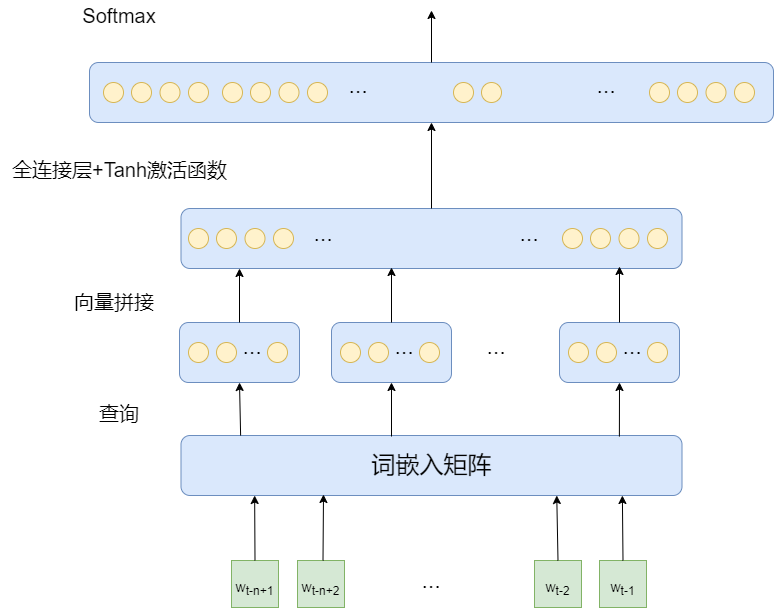
Earlier version of the draw.io export nnlm.png (AdamFocus/draw). Source tidied: cells renumbered, new cells last; positions are measured from the earlier drawing's top-left corner, leaving out a move shared by most shapes. The source it was exported from:
```xml
<mxGraphModel>
  <root>
    <mxCell id="0" />
    <mxCell id="1" parent="0" />
    <mxCell id="2" style="rounded=1;whiteSpace=wrap;html=1;fillColor=#dae8fc;strokeColor=#6c8ebf;" parent="1" vertex="1">
      <mxGeometry x="89" y="62" width="684" height="60" as="geometry" />
    </mxCell>
    <mxCell id="3" style="rounded=1;whiteSpace=wrap;html=1;fillColor=#dae8fc;strokeColor=#6c8ebf;" parent="1" vertex="1">
      <mxGeometry x="180.5" y="208" width="501" height="60" as="geometry" />
    </mxCell>
    <mxCell id="4" style="rounded=1;whiteSpace=wrap;html=1;fillColor=#dae8fc;strokeColor=#6c8ebf;" parent="1" vertex="1">
      <mxGeometry x="179" y="322" width="120" height="60" as="geometry" />
    </mxCell>
    <mxCell id="5" value="&lt;font style=&quot;font-size: 23px&quot;&gt;...&lt;/font&gt;" style="text;html=1;strokeColor=none;fillColor=none;align=center;verticalAlign=middle;whiteSpace=wrap;rounded=0;" parent="1" vertex="1">
      <mxGeometry x="466" y="331" width="60" height="30" as="geometry" />
    </mxCell>
    <mxCell id="6" style="ellipse;whiteSpace=wrap;html=1;fontSize=23;fillColor=#fff2cc;strokeColor=#d6b656;" parent="1" vertex="1">
      <mxGeometry x="188" y="342" width="20" height="20" as="geometry" />
    </mxCell>
    <mxCell id="7" style="ellipse;whiteSpace=wrap;html=1;fontSize=23;fillColor=#fff2cc;strokeColor=#d6b656;" parent="1" vertex="1">
      <mxGeometry x="216" y="342" width="20" height="20" as="geometry" />
    </mxCell>
    <mxCell id="8" style="ellipse;whiteSpace=wrap;html=1;fontSize=23;fillColor=#fff2cc;strokeColor=#d6b656;" parent="1" vertex="1">
      <mxGeometry x="267" y="342" width="20" height="20" as="geometry" />
    </mxCell>
    <mxCell id="9" value="&lt;font style=&quot;font-size: 23px&quot;&gt;...&lt;/font&gt;" style="text;html=1;strokeColor=none;fillColor=none;align=center;verticalAlign=middle;whiteSpace=wrap;rounded=0;" parent="1" vertex="1">
      <mxGeometry x="222" y="331" width="60" height="30" as="geometry" />
    </mxCell>
    <mxCell id="10" style="rounded=1;whiteSpace=wrap;html=1;fillColor=#dae8fc;strokeColor=#6c8ebf;" parent="1" vertex="1">
      <mxGeometry x="331" y="322" width="120" height="60" as="geometry" />
    </mxCell>
    <mxCell id="11" style="ellipse;whiteSpace=wrap;html=1;fontSize=23;fillColor=#fff2cc;strokeColor=#d6b656;" parent="1" vertex="1">
      <mxGeometry x="340" y="342" width="20" height="20" as="geometry" />
    </mxCell>
    <mxCell id="12" style="ellipse;whiteSpace=wrap;html=1;fontSize=23;fillColor=#fff2cc;strokeColor=#d6b656;" parent="1" vertex="1">
      <mxGeometry x="368" y="342" width="20" height="20" as="geometry" />
    </mxCell>
    <mxCell id="13" style="ellipse;whiteSpace=wrap;html=1;fontSize=23;fillColor=#fff2cc;strokeColor=#d6b656;" parent="1" vertex="1">
      <mxGeometry x="419" y="342" width="20" height="20" as="geometry" />
    </mxCell>
    <mxCell id="14" value="&lt;font style=&quot;font-size: 23px&quot;&gt;...&lt;/font&gt;" style="text;html=1;strokeColor=none;fillColor=none;align=center;verticalAlign=middle;whiteSpace=wrap;rounded=0;" parent="1" vertex="1">
      <mxGeometry x="374" y="331" width="60" height="30" as="geometry" />
    </mxCell>
    <mxCell id="15" style="rounded=1;whiteSpace=wrap;html=1;fillColor=#dae8fc;strokeColor=#6c8ebf;" parent="1" vertex="1">
      <mxGeometry x="559" y="322" width="120" height="60" as="geometry" />
    </mxCell>
    <mxCell id="16" style="ellipse;whiteSpace=wrap;html=1;fontSize=23;fillColor=#fff2cc;strokeColor=#d6b656;" parent="1" vertex="1">
      <mxGeometry x="568" y="342" width="20" height="20" as="geometry" />
    </mxCell>
    <mxCell id="17" style="ellipse;whiteSpace=wrap;html=1;fontSize=23;fillColor=#fff2cc;strokeColor=#d6b656;" parent="1" vertex="1">
      <mxGeometry x="596" y="342" width="20" height="20" as="geometry" />
    </mxCell>
    <mxCell id="18" style="ellipse;whiteSpace=wrap;html=1;fontSize=23;fillColor=#fff2cc;strokeColor=#d6b656;" parent="1" vertex="1">
      <mxGeometry x="647" y="342" width="20" height="20" as="geometry" />
    </mxCell>
    <mxCell id="19" value="&lt;font style=&quot;font-size: 23px&quot;&gt;...&lt;/font&gt;" style="text;html=1;strokeColor=none;fillColor=none;align=center;verticalAlign=middle;whiteSpace=wrap;rounded=0;" parent="1" vertex="1">
      <mxGeometry x="602" y="331" width="60" height="30" as="geometry" />
    </mxCell>
    <mxCell id="20" value="&lt;font style=&quot;font-size: 24px&quot;&gt;词嵌入矩阵&lt;/font&gt;" style="rounded=1;whiteSpace=wrap;html=1;fillColor=#dae8fc;strokeColor=#6c8ebf;" parent="1" vertex="1">
      <mxGeometry x="180.5" y="435" width="501" height="60" as="geometry" />
    </mxCell>
    <mxCell id="21" value="&lt;font style=&quot;font-size: 14px&quot;&gt;w&lt;sub&gt;t-n+1&lt;/sub&gt;&lt;/font&gt;" style="rounded=0;whiteSpace=wrap;html=1;fontSize=23;fillColor=#d5e8d4;strokeColor=#82b366;" parent="1" vertex="1">
      <mxGeometry x="231" y="560" width="47" height="47" as="geometry" />
    </mxCell>
    <mxCell id="22" value="&lt;font style=&quot;font-size: 14px&quot;&gt;w&lt;sub&gt;t-n+2&lt;/sub&gt;&lt;/font&gt;" style="rounded=0;whiteSpace=wrap;html=1;fontSize=23;fillColor=#d5e8d4;strokeColor=#82b366;" parent="1" vertex="1">
      <mxGeometry x="297" y="560" width="47" height="47" as="geometry" />
    </mxCell>
    <mxCell id="23" value="&lt;font style=&quot;font-size: 14px&quot;&gt;w&lt;sub&gt;t-1&lt;/sub&gt;&lt;/font&gt;" style="rounded=0;whiteSpace=wrap;html=1;fontSize=23;fillColor=#d5e8d4;strokeColor=#82b366;" parent="1" vertex="1">
      <mxGeometry x="599" y="560" width="47" height="47" as="geometry" />
    </mxCell>
    <mxCell id="24" value="&lt;font style=&quot;font-size: 14px&quot;&gt;w&lt;sub&gt;t-2&lt;/sub&gt;&lt;/font&gt;" style="rounded=0;whiteSpace=wrap;html=1;fontSize=23;fillColor=#d5e8d4;strokeColor=#82b366;" parent="1" vertex="1">
      <mxGeometry x="534" y="560" width="47" height="47" as="geometry" />
    </mxCell>
    <mxCell id="25" value="&lt;font style=&quot;font-size: 23px&quot;&gt;...&lt;/font&gt;" style="text;html=1;strokeColor=none;fillColor=none;align=center;verticalAlign=middle;whiteSpace=wrap;rounded=0;" parent="1" vertex="1">
      <mxGeometry x="401" y="564.5" width="60" height="30" as="geometry" />
    </mxCell>
    <mxCell id="26" style="edgeStyle=orthogonalEdgeStyle;rounded=0;orthogonalLoop=1;jettySize=auto;html=1;exitX=0.5;exitY=1;exitDx=0;exitDy=0;fontSize=14;" parent="1" edge="1" source="25" target="25">
      <mxGeometry relative="1" as="geometry" />
    </mxCell>
    <mxCell id="27" style="endArrow=classic;html=1;rounded=0;fontSize=24;exitX=0.5;exitY=0;exitDx=0;exitDy=0;entryX=0.147;entryY=1;entryDx=0;entryDy=0;entryPerimeter=0;" parent="1" edge="1" source="21" target="20">
      <mxGeometry relative="1" as="geometry" />
    </mxCell>
    <mxCell id="28" style="endArrow=classic;html=1;rounded=0;fontSize=24;exitX=0.5;exitY=0;exitDx=0;exitDy=0;" parent="1" edge="1">
      <mxGeometry relative="1" as="geometry">
        <mxPoint x="322.5" y="560" as="sourcePoint" />
        <mxPoint x="323" y="494" as="targetPoint" />
      </mxGeometry>
    </mxCell>
    <mxCell id="29" style="endArrow=classic;html=1;rounded=0;fontSize=24;exitX=0.5;exitY=0;exitDx=0;exitDy=0;entryX=0.75;entryY=1;entryDx=0;entryDy=0;" parent="1" edge="1" source="24" target="20">
      <mxGeometry relative="1" as="geometry" />
    </mxCell>
    <mxCell id="30" style="endArrow=classic;html=1;rounded=0;fontSize=24;exitX=0.5;exitY=0;exitDx=0;exitDy=0;entryX=0.881;entryY=1;entryDx=0;entryDy=0;entryPerimeter=0;" parent="1" edge="1" source="23" target="20">
      <mxGeometry relative="1" as="geometry" />
    </mxCell>
    <mxCell id="31" value="&lt;font style=&quot;font-size: 20px&quot;&gt;查询&lt;/font&gt;" style="text;html=1;strokeColor=none;fillColor=none;align=center;verticalAlign=middle;whiteSpace=wrap;rounded=0;fontSize=24;" parent="1" vertex="1">
      <mxGeometry x="89" y="398" width="60" height="30" as="geometry" />
    </mxCell>
    <mxCell id="32" value="&lt;font style=&quot;font-size: 20px&quot;&gt;向量拼接&lt;/font&gt;" style="text;html=1;strokeColor=none;fillColor=none;align=center;verticalAlign=middle;whiteSpace=wrap;rounded=0;fontSize=24;" parent="1" vertex="1">
      <mxGeometry x="60" y="286" width="108" height="30" as="geometry" />
    </mxCell>
    <mxCell id="33" style="endArrow=classic;html=1;rounded=0;fontSize=20;entryX=0.5;entryY=1;entryDx=0;entryDy=0;exitX=0.119;exitY=0;exitDx=0;exitDy=0;exitPerimeter=0;" parent="1" edge="1" source="20" target="4">
      <mxGeometry relative="1" as="geometry" />
    </mxCell>
    <mxCell id="34" style="endArrow=classic;html=1;rounded=0;fontSize=20;entryX=0.5;entryY=1;entryDx=0;entryDy=0;" parent="1" edge="1" target="10">
      <mxGeometry relative="1" as="geometry">
        <mxPoint x="391" y="436" as="sourcePoint" />
      </mxGeometry>
    </mxCell>
    <mxCell id="35" style="endArrow=classic;html=1;rounded=0;fontSize=20;entryX=0.5;entryY=1;entryDx=0;entryDy=0;exitX=0.875;exitY=0.017;exitDx=0;exitDy=0;exitPerimeter=0;" parent="1" edge="1" source="20" target="15">
      <mxGeometry relative="1" as="geometry" />
    </mxCell>
    <mxCell id="36" style="endArrow=classic;html=1;rounded=0;fontSize=20;exitX=0.5;exitY=0;exitDx=0;exitDy=0;" parent="1" edge="1">
      <mxGeometry relative="1" as="geometry">
        <mxPoint x="239" y="322" as="sourcePoint" />
        <mxPoint x="239" y="268" as="targetPoint" />
      </mxGeometry>
    </mxCell>
    <mxCell id="37" style="endArrow=classic;html=1;rounded=0;fontSize=20;exitX=0.5;exitY=0;exitDx=0;exitDy=0;" parent="1" edge="1" source="10">
      <mxGeometry relative="1" as="geometry">
        <mxPoint x="391" y="267" as="targetPoint" />
      </mxGeometry>
    </mxCell>
    <mxCell id="38" style="endArrow=classic;html=1;rounded=0;fontSize=20;exitX=0.5;exitY=0;exitDx=0;exitDy=0;" parent="1" edge="1" source="15">
      <mxGeometry relative="1" as="geometry">
        <mxPoint x="619" y="266" as="targetPoint" />
      </mxGeometry>
    </mxCell>
    <mxCell id="39" style="ellipse;whiteSpace=wrap;html=1;fontSize=23;fillColor=#fff2cc;strokeColor=#d6b656;" parent="1" vertex="1">
      <mxGeometry x="188" y="228" width="20" height="20" as="geometry" />
    </mxCell>
    <mxCell id="40" style="ellipse;whiteSpace=wrap;html=1;fontSize=23;fillColor=#fff2cc;strokeColor=#d6b656;" parent="1" vertex="1">
      <mxGeometry x="216" y="228" width="20" height="20" as="geometry" />
    </mxCell>
    <mxCell id="41" style="ellipse;whiteSpace=wrap;html=1;fontSize=23;fillColor=#fff2cc;strokeColor=#d6b656;" parent="1" vertex="1">
      <mxGeometry x="244.5" y="228" width="20" height="20" as="geometry" />
    </mxCell>
    <mxCell id="42" style="ellipse;whiteSpace=wrap;html=1;fontSize=23;fillColor=#fff2cc;strokeColor=#d6b656;" parent="1" vertex="1">
      <mxGeometry x="273" y="228" width="20" height="20" as="geometry" />
    </mxCell>
    <mxCell id="43" style="ellipse;whiteSpace=wrap;html=1;fontSize=23;fillColor=#fff2cc;strokeColor=#d6b656;" parent="1" vertex="1">
      <mxGeometry x="562" y="228" width="20" height="20" as="geometry" />
    </mxCell>
    <mxCell id="44" style="ellipse;whiteSpace=wrap;html=1;fontSize=23;fillColor=#fff2cc;strokeColor=#d6b656;" parent="1" vertex="1">
      <mxGeometry x="590" y="228" width="20" height="20" as="geometry" />
    </mxCell>
    <mxCell id="45" style="ellipse;whiteSpace=wrap;html=1;fontSize=23;fillColor=#fff2cc;strokeColor=#d6b656;" parent="1" vertex="1">
      <mxGeometry x="618.5" y="228" width="20" height="20" as="geometry" />
    </mxCell>
    <mxCell id="46" style="ellipse;whiteSpace=wrap;html=1;fontSize=23;fillColor=#fff2cc;strokeColor=#d6b656;" parent="1" vertex="1">
      <mxGeometry x="647" y="228" width="20" height="20" as="geometry" />
    </mxCell>
    <mxCell id="47" value="&lt;font style=&quot;font-size: 23px&quot;&gt;...&lt;/font&gt;" style="text;html=1;strokeColor=none;fillColor=none;align=center;verticalAlign=middle;whiteSpace=wrap;rounded=0;" parent="1" vertex="1">
      <mxGeometry x="293" y="218" width="60" height="30" as="geometry" />
    </mxCell>
    <mxCell id="48" value="&lt;font style=&quot;font-size: 23px&quot;&gt;...&lt;/font&gt;" style="text;html=1;strokeColor=none;fillColor=none;align=center;verticalAlign=middle;whiteSpace=wrap;rounded=0;" parent="1" vertex="1">
      <mxGeometry x="499" y="218" width="60" height="30" as="geometry" />
    </mxCell>
    <mxCell id="49" style="endArrow=classic;html=1;rounded=0;fontSize=20;exitX=0.5;exitY=0;exitDx=0;exitDy=0;entryX=0.5;entryY=1;entryDx=0;entryDy=0;" parent="1" edge="1" source="3" target="2">
      <mxGeometry relative="1" as="geometry" />
    </mxCell>
    <mxCell id="50" value="&lt;font style=&quot;font-size: 20px&quot;&gt;全连接层+Tanh激活函数&lt;/font&gt;" style="text;html=1;strokeColor=none;fillColor=none;align=center;verticalAlign=middle;whiteSpace=wrap;rounded=0;fontSize=24;" parent="1" vertex="1">
      <mxGeometry x="0.5" y="154" width="237" height="30" as="geometry" />
    </mxCell>
    <mxCell id="51" value="&lt;font style=&quot;font-size: 20px&quot;&gt;Softmax&lt;/font&gt;" style="text;html=1;strokeColor=none;fillColor=none;align=center;verticalAlign=middle;whiteSpace=wrap;rounded=0;fontSize=24;" parent="1" vertex="1">
      <mxGeometry x="65" width="108" height="30" as="geometry" />
    </mxCell>
    <mxCell id="52" style="endArrow=classic;html=1;rounded=0;fontSize=20;exitX=0.5;exitY=0;exitDx=0;exitDy=0;" parent="1" edge="1" source="2">
      <mxGeometry relative="1" as="geometry">
        <mxPoint x="431" y="10" as="targetPoint" />
      </mxGeometry>
    </mxCell>
    <mxCell id="53" style="ellipse;whiteSpace=wrap;html=1;fontSize=23;fillColor=#fff2cc;strokeColor=#d6b656;" parent="1" vertex="1">
      <mxGeometry x="649" y="82" width="20" height="20" as="geometry" />
    </mxCell>
    <mxCell id="54" style="ellipse;whiteSpace=wrap;html=1;fontSize=23;fillColor=#fff2cc;strokeColor=#d6b656;" parent="1" vertex="1">
      <mxGeometry x="677" y="82" width="20" height="20" as="geometry" />
    </mxCell>
    <mxCell id="55" style="ellipse;whiteSpace=wrap;html=1;fontSize=23;fillColor=#fff2cc;strokeColor=#d6b656;" parent="1" vertex="1">
      <mxGeometry x="705.5" y="82" width="20" height="20" as="geometry" />
    </mxCell>
    <mxCell id="56" style="ellipse;whiteSpace=wrap;html=1;fontSize=23;fillColor=#fff2cc;strokeColor=#d6b656;" parent="1" vertex="1">
      <mxGeometry x="734" y="82" width="20" height="20" as="geometry" />
    </mxCell>
    <mxCell id="57" style="ellipse;whiteSpace=wrap;html=1;fontSize=23;fillColor=#fff2cc;strokeColor=#d6b656;" parent="1" vertex="1">
      <mxGeometry x="103" y="82" width="20" height="20" as="geometry" />
    </mxCell>
    <mxCell id="58" style="ellipse;whiteSpace=wrap;html=1;fontSize=23;fillColor=#fff2cc;strokeColor=#d6b656;" parent="1" vertex="1">
      <mxGeometry x="131" y="82" width="20" height="20" as="geometry" />
    </mxCell>
    <mxCell id="59" style="ellipse;whiteSpace=wrap;html=1;fontSize=23;fillColor=#fff2cc;strokeColor=#d6b656;" parent="1" vertex="1">
      <mxGeometry x="159.5" y="82" width="20" height="20" as="geometry" />
    </mxCell>
    <mxCell id="60" style="ellipse;whiteSpace=wrap;html=1;fontSize=23;fillColor=#fff2cc;strokeColor=#d6b656;" parent="1" vertex="1">
      <mxGeometry x="188" y="82" width="20" height="20" as="geometry" />
    </mxCell>
    <mxCell id="61" style="ellipse;whiteSpace=wrap;html=1;fontSize=23;fillColor=#fff2cc;strokeColor=#d6b656;" parent="1" vertex="1">
      <mxGeometry x="222" y="82" width="20" height="20" as="geometry" />
    </mxCell>
    <mxCell id="62" style="ellipse;whiteSpace=wrap;html=1;fontSize=23;fillColor=#fff2cc;strokeColor=#d6b656;" parent="1" vertex="1">
      <mxGeometry x="250" y="82" width="20" height="20" as="geometry" />
    </mxCell>
    <mxCell id="63" style="ellipse;whiteSpace=wrap;html=1;fontSize=23;fillColor=#fff2cc;strokeColor=#d6b656;" parent="1" vertex="1">
      <mxGeometry x="278.5" y="82" width="20" height="20" as="geometry" />
    </mxCell>
    <mxCell id="64" style="ellipse;whiteSpace=wrap;html=1;fontSize=23;fillColor=#fff2cc;strokeColor=#d6b656;" parent="1" vertex="1">
      <mxGeometry x="307" y="82" width="20" height="20" as="geometry" />
    </mxCell>
    <mxCell id="65" value="&lt;font style=&quot;font-size: 23px&quot;&gt;...&lt;/font&gt;" style="text;html=1;strokeColor=none;fillColor=none;align=center;verticalAlign=middle;whiteSpace=wrap;rounded=0;" parent="1" vertex="1">
      <mxGeometry x="328" y="70" width="60" height="30" as="geometry" />
    </mxCell>
    <mxCell id="66" value="&lt;font style=&quot;font-size: 23px&quot;&gt;...&lt;/font&gt;" style="text;html=1;strokeColor=none;fillColor=none;align=center;verticalAlign=middle;whiteSpace=wrap;rounded=0;" parent="1" vertex="1">
      <mxGeometry x="576" y="70" width="60" height="30" as="geometry" />
    </mxCell>
    <mxCell id="67" style="ellipse;whiteSpace=wrap;html=1;fontSize=23;fillColor=#fff2cc;strokeColor=#d6b656;fontStyle=1;" parent="1" vertex="1">
      <mxGeometry x="453" y="82" width="20" height="20" as="geometry" />
    </mxCell>
    <mxCell id="68" style="ellipse;whiteSpace=wrap;html=1;fontSize=23;fillColor=#fff2cc;strokeColor=#d6b656;" parent="1" vertex="1">
      <mxGeometry x="481" y="82" width="20" height="20" as="geometry" />
    </mxCell>
  </root>
</mxGraphModel>
```
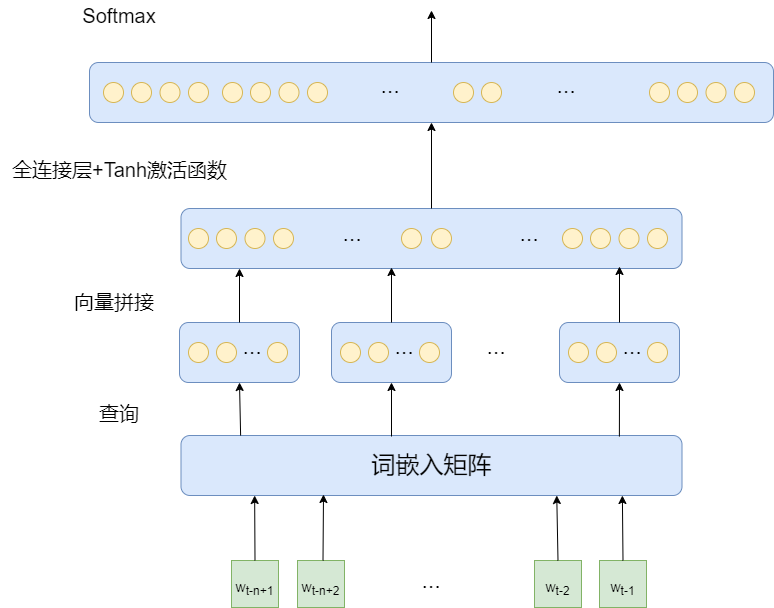
After the commit.

The edit, as a diff of the source:
```diff
@@ -150,7 +150,7 @@
       <mxGeometry x="647" y="228" width="20" height="20" as="geometry" />
     </mxCell>
     <mxCell id="47" value="&lt;font style=&quot;font-size: 23px&quot;&gt;...&lt;/font&gt;" style="text;html=1;strokeColor=none;fillColor=none;align=center;verticalAlign=middle;whiteSpace=wrap;rounded=0;" parent="1" vertex="1">
-      <mxGeometry x="293" y="218" width="60" height="30" as="geometry" />
+      <mxGeometry x="322" y="218" width="60" height="30" as="geometry" />
     </mxCell>
     <mxCell id="48" value="&lt;font style=&quot;font-size: 23px&quot;&gt;...&lt;/font&gt;" style="text;html=1;strokeColor=none;fillColor=none;align=center;verticalAlign=middle;whiteSpace=wrap;rounded=0;" parent="1" vertex="1">
       <mxGeometry x="499" y="218" width="60" height="30" as="geometry" />
@@ -206,10 +206,10 @@
       <mxGeometry x="307" y="82" width="20" height="20" as="geometry" />
     </mxCell>
     <mxCell id="65" value="&lt;font style=&quot;font-size: 23px&quot;&gt;...&lt;/font&gt;" style="text;html=1;strokeColor=none;fillColor=none;align=center;verticalAlign=middle;whiteSpace=wrap;rounded=0;" parent="1" vertex="1">
-      <mxGeometry x="328" y="70" width="60" height="30" as="geometry" />
+      <mxGeometry x="360" y="70" width="60" height="30" as="geometry" />
     </mxCell>
     <mxCell id="66" value="&lt;font style=&quot;font-size: 23px&quot;&gt;...&lt;/font&gt;" style="text;html=1;strokeColor=none;fillColor=none;align=center;verticalAlign=middle;whiteSpace=wrap;rounded=0;" parent="1" vertex="1">
-      <mxGeometry x="576" y="70" width="60" height="30" as="geometry" />
+      <mxGeometry x="536" y="70" width="60" height="30" as="geometry" />
     </mxCell>
     <mxCell id="67" style="ellipse;whiteSpace=wrap;html=1;fontSize=23;fillColor=#fff2cc;strokeColor=#d6b656;fontStyle=1;" parent="1" vertex="1">
       <mxGeometry x="453" y="82" width="20" height="20" as="geometry" />
@@ -217,5 +217,11 @@
     <mxCell id="68" style="ellipse;whiteSpace=wrap;html=1;fontSize=23;fillColor=#fff2cc;strokeColor=#d6b656;" parent="1" vertex="1">
       <mxGeometry x="481" y="82" width="20" height="20" as="geometry" />
     </mxCell>
+    <mxCell id="69" style="ellipse;whiteSpace=wrap;html=1;fontSize=23;fillColor=#fff2cc;strokeColor=#d6b656;" parent="1" vertex="1">
+      <mxGeometry x="401" y="228" width="20" height="20" as="geometry" />
+    </mxCell>
+    <mxCell id="70" style="ellipse;whiteSpace=wrap;html=1;fontSize=23;fillColor=#fff2cc;strokeColor=#d6b656;" parent="1" vertex="1">
+      <mxGeometry x="431" y="228" width="20" height="20" as="geometry" />
+    </mxCell>
   </root>
 </mxGraphModel>
```
